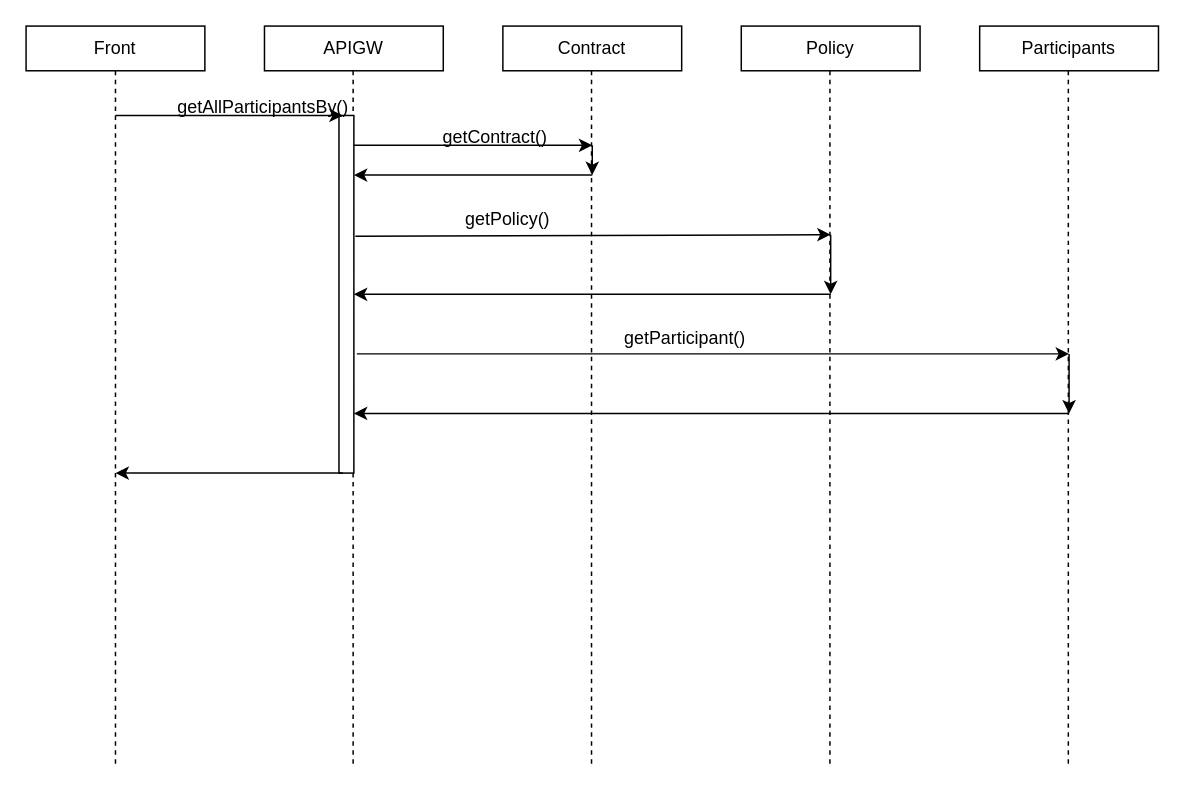
Before: page "Intervinientes" (3 of 5) of MR-Servicing.drawio in Midchilda/drawio, a draw.io diagram. Source tidied: cells renumbered, new cells numbered last; positions are measured from the earlier drawing's top-left corner, leaving out a move shared by most shapes. Both pictures are drawn from the tidied source at 149%, with x=0, y=0 at pixel (25, 25).
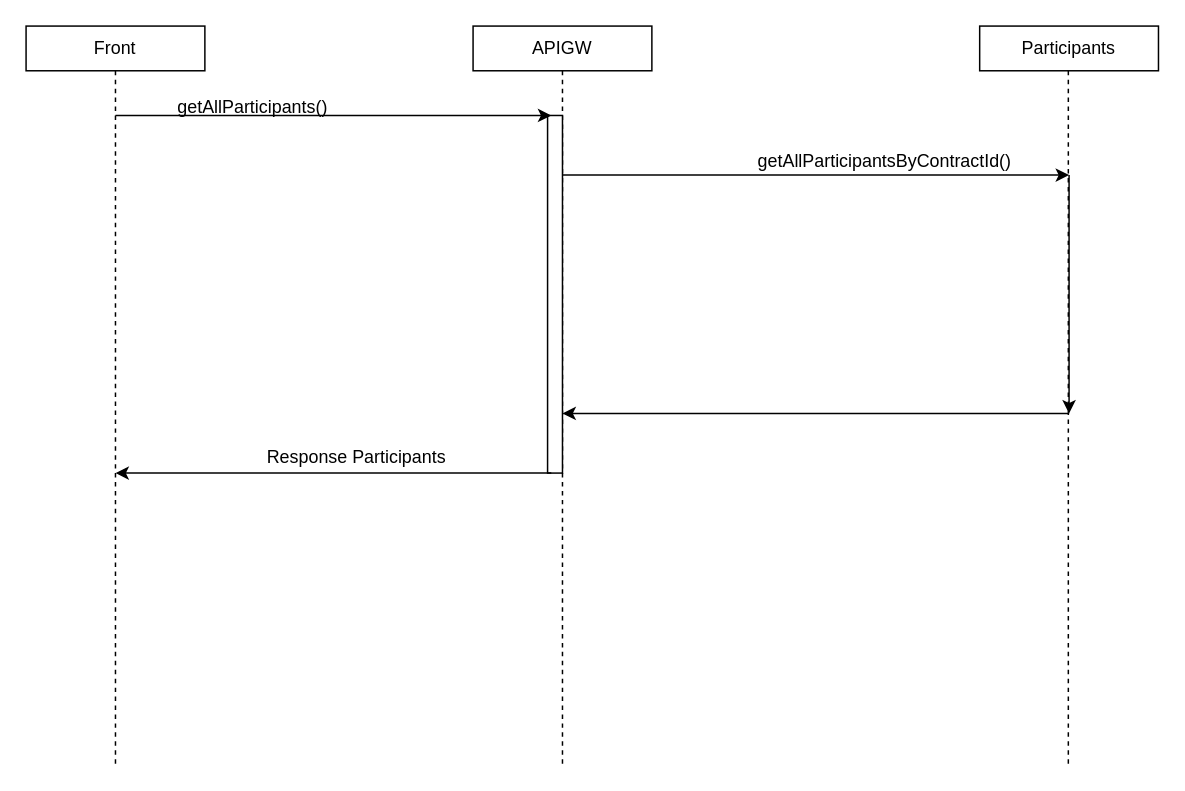
The same page after the edit.

The edit, as a diff of the source:
```diff
@@
     <mxCell id="2" value="APIGW" style="rounded=0;whiteSpace=wrap;html=1;" parent="1" vertex="1">
-      <mxGeometry x="160" width="120" height="30" as="geometry" />
+      <mxGeometry x="300" width="120" height="30" as="geometry" />
     </mxCell>
-    <mxCell id="3" value="Contract" style="rounded=0;whiteSpace=wrap;html=1;" parent="1" vertex="1">
-      <mxGeometry x="320" width="120" height="30" as="geometry" />
-    </mxCell>
-    <mxCell id="4" value="Policy" style="rounded=0;whiteSpace=wrap;html=1;" parent="1" vertex="1">
-      <mxGeometry x="480" width="120" height="30" as="geometry" />
-    </mxCell>
@@
     <mxCell id="8" style="endArrow=none;dashed=1;html=1;entryX=0.5;entryY=1;entryDx=0;entryDy=0;" parent="1" edge="1">
       <mxGeometry relative="1" as="geometry">
-        <mxPoint x="219.5" y="495" as="sourcePoint" />
-        <mxPoint x="219.5" y="30" as="targetPoint" />
+        <mxPoint x="360" y="495" as="sourcePoint" />
+        <mxPoint x="360" y="30" as="targetPoint" />
       </mxGeometry>
     </mxCell>
-    <mxCell id="9" style="endArrow=none;dashed=1;html=1;entryX=0.5;entryY=1;entryDx=0;entryDy=0;" parent="1" edge="1">
-      <mxGeometry relative="1" as="geometry">
-        <mxPoint x="379.5" y="495" as="sourcePoint" />
-        <mxPoint x="379.5" y="30" as="targetPoint" />
-      </mxGeometry>
-    </mxCell>
-    <mxCell id="10" style="endArrow=none;dashed=1;html=1;entryX=0.5;entryY=1;entryDx=0;entryDy=0;" parent="1" edge="1">
-      <mxGeometry relative="1" as="geometry">
-        <mxPoint x="539.5" y="495" as="sourcePoint" />
-        <mxPoint x="539.5" y="30" as="targetPoint" />
-      </mxGeometry>
-    </mxCell>
@@
     <mxCell id="12" style="rounded=0;whiteSpace=wrap;html=1;" parent="1" vertex="1">
-      <mxGeometry x="210" y="60" width="10" height="240" as="geometry" />
+      <mxGeometry x="350" y="60" width="10" height="240" as="geometry" />
     </mxCell>
@@
-    <mxCell id="14" value="&lt;div&gt;getAllParticipantsBy()&lt;/div&gt;" style="text;html=1;align=left;verticalAlign=top;spacingTop=-4;" parent="1" vertex="1">
-      <mxGeometry x="100" y="45" width="130" height="20" as="geometry" />
+    <mxCell id="14" value="&lt;div&gt;getAllParticipants()&lt;/div&gt;" style="text;html=1;align=left;verticalAlign=top;spacingTop=-4;" parent="1" vertex="1">
+      <mxGeometry x="100" y="45" width="120" height="20" as="geometry" />
     </mxCell>
-    <mxCell id="15" style="endArrow=classic;html=1;" parent="1" edge="1">
-      <mxGeometry relative="1" as="geometry">
-        <mxPoint x="220" y="80" as="sourcePoint" />
-        <mxPoint x="380" y="80" as="targetPoint" />
-      </mxGeometry>
-    </mxCell>
-    <mxCell id="16" style="endArrow=classic;html=1;" parent="1" edge="1">
-      <mxGeometry relative="1" as="geometry">
-        <mxPoint x="380" y="100" as="sourcePoint" />
-        <mxPoint x="220" y="100" as="targetPoint" />
-      </mxGeometry>
-    </mxCell>
-    <mxCell id="17" value="&lt;div&gt;getContract()&lt;/div&gt;" style="text;html=1;align=left;verticalAlign=top;spacingTop=-4;" parent="1" vertex="1">
-      <mxGeometry x="278" y="65" width="90" height="20" as="geometry" />
-    </mxCell>
-    <mxCell id="18" style="endArrow=classic;html=1;" parent="1" edge="1">
-      <mxGeometry relative="1" as="geometry">
-        <mxPoint x="380" y="80" as="sourcePoint" />
-        <mxPoint x="380" y="100" as="targetPoint" />
-      </mxGeometry>
-    </mxCell>
-    <mxCell id="19" style="endArrow=classic;html=1;exitX=1.1;exitY=0.338;exitDx=0;exitDy=0;exitPerimeter=0;" parent="1" edge="1" source="12">
-      <mxGeometry relative="1" as="geometry">
-        <mxPoint x="540" y="140" as="targetPoint" />
-      </mxGeometry>
-    </mxCell>
-    <mxCell id="20" value="&lt;div&gt;getPolicy()&lt;/div&gt;" style="text;html=1;align=center;verticalAlign=middle;labelBackgroundColor=#ffffff;" parent="19" vertex="1">
-      <mxGeometry x="-0.34" y="1" relative="1" as="geometry">
-        <mxPoint x="-3" y="-10.5" as="offset" />
-      </mxGeometry>
-    </mxCell>
-    <mxCell id="21" style="endArrow=classic;html=1;" parent="1" edge="1">
-      <mxGeometry relative="1" as="geometry">
-        <mxPoint x="540" y="140" as="sourcePoint" />
-        <mxPoint x="540" y="180" as="targetPoint" />
-      </mxGeometry>
-    </mxCell>
-    <mxCell id="22" style="endArrow=classic;html=1;" parent="1" edge="1">
-      <mxGeometry relative="1" as="geometry">
-        <mxPoint x="540" y="180" as="sourcePoint" />
-        <mxPoint x="220" y="180" as="targetPoint" />
-      </mxGeometry>
-    </mxCell>
     <mxCell id="23" style="endArrow=classic;html=1;" parent="1" edge="1">
       <mxGeometry relative="1" as="geometry">
-        <mxPoint x="222" y="220" as="sourcePoint" />
-        <mxPoint x="700" y="220" as="targetPoint" />
+        <mxPoint x="360" y="100" as="sourcePoint" />
+        <mxPoint x="700" y="100" as="targetPoint" />
       </mxGeometry>
     </mxCell>
-    <mxCell id="24" value="&lt;div&gt;getParticipant()&lt;/div&gt;" style="text;html=1;align=center;verticalAlign=middle;labelBackgroundColor=#ffffff;" parent="23" vertex="1">
+    <mxCell id="24" value="&lt;div&gt;getAllParticipantsByContractId()&lt;/div&gt;" style="text;html=1;align=center;verticalAlign=middle;labelBackgroundColor=#ffffff;" parent="23" vertex="1">
       <mxGeometry x="-0.08" relative="1" as="geometry">
-        <mxPoint x="-1" y="-11" as="offset" />
+        <mxPoint x="59" y="-10" as="offset" />
       </mxGeometry>
     </mxCell>
     <mxCell id="25" style="endArrow=classic;html=1;" parent="1" edge="1">
       <mxGeometry relative="1" as="geometry">
-        <mxPoint x="700" y="220" as="sourcePoint" />
+        <mxPoint x="700" y="100" as="sourcePoint" />
         <mxPoint x="700" y="260" as="targetPoint" />
       </mxGeometry>
     </mxCell>
     <mxCell id="26" style="endArrow=classic;html=1;" parent="1" edge="1">
       <mxGeometry relative="1" as="geometry">
         <mxPoint x="700" y="260" as="sourcePoint" />
-        <mxPoint x="220" y="260" as="targetPoint" />
+        <mxPoint x="360" y="260" as="targetPoint" />
       </mxGeometry>
     </mxCell>
@@
+    <mxCell id="28" value="&lt;div&gt;Response Participants&lt;/div&gt;" style="text;html=1;align=left;verticalAlign=top;spacingTop=-4;" parent="1" vertex="1">
+      <mxGeometry x="160" y="280" width="140" height="20" as="geometry" />
+    </mxCell>
```
